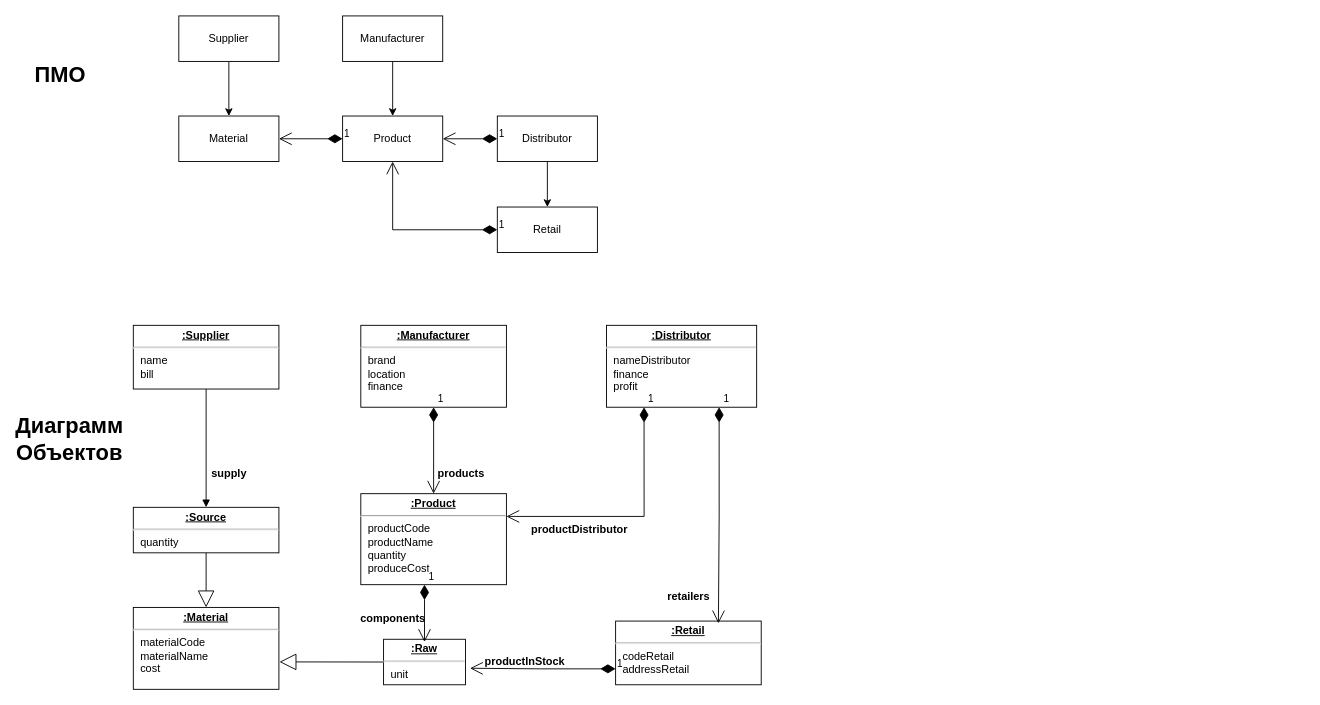
Before: UML/MPOandDO.drawio in zavaranak/932102.Dang, a draw.io diagram. Source tidied: cells renumbered, new cells numbered last; positions are measured from the earlier drawing's top-left corner, leaving out a move shared by most shapes. Both pictures are drawn from the tidied source at 91%, with x=0, y=0 at pixel (33, 15).
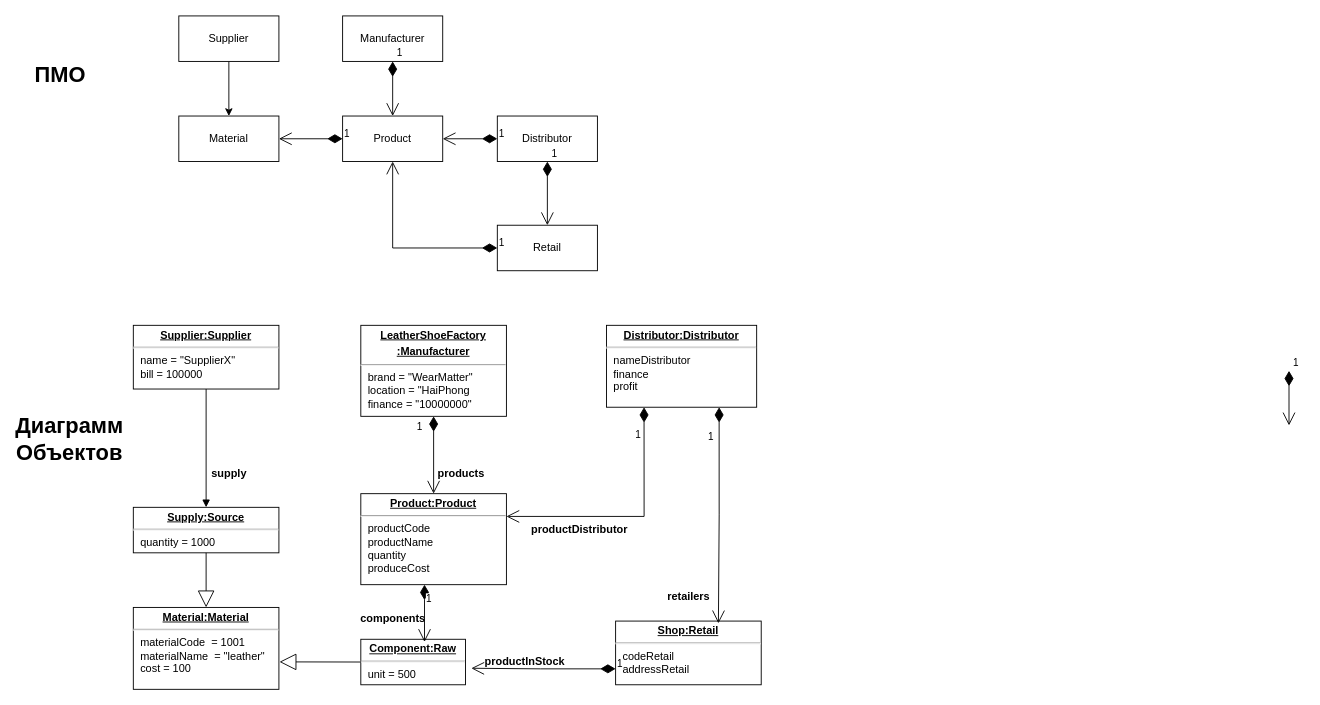
The same page after the edit.

Unchanged cells that the change refers to:
```xml
<mxCell id="2" value="Маnufacturer" style="html=1;whiteSpace=wrap;" parent="1" vertex="1">
  <mxGeometry x="340" width="110" height="50" as="geometry" />
</mxCell>
<mxCell id="5" value="Product" style="html=1;whiteSpace=wrap;" parent="1" vertex="1">
  <mxGeometry x="340" y="110" width="110" height="50" as="geometry" />
</mxCell>
<mxCell id="8" value="Distributor" style="html=1;whiteSpace=wrap;" parent="1" vertex="1">
  <mxGeometry x="510" y="110" width="110" height="50" as="geometry" />
</mxCell>
```

What changed in the source:
```diff
@@
-    <mxCell id="7" style="edgeStyle=orthogonalEdgeStyle;rounded=0;jettySize=auto;html=1;" parent="1" edge="1" source="8" target="9">
-      <mxGeometry relative="1" as="geometry" />
-    </mxCell>
@@
     <mxCell id="9" value="Retail" style="html=1;whiteSpace=wrap;" parent="1" vertex="1">
-      <mxGeometry x="510" y="210" width="110" height="50" as="geometry" />
+      <mxGeometry x="510" y="230" width="110" height="50" as="geometry" />
     </mxCell>
-    <mxCell id="10" style="edgeStyle=orthogonalEdgeStyle;rounded=0;jettySize=auto;html=1;entryX=0.5;entryY=0;entryDx=0;entryDy=0;" parent="1" edge="1" source="2" target="5">
-      <mxGeometry relative="1" as="geometry" />
-    </mxCell>
@@
-    <mxCell id="12" value="&lt;p style=&quot;margin:0px;margin-top:4px;text-align:center;text-decoration:underline;&quot;&gt;&lt;b&gt;:Manufacturer&lt;/b&gt;&lt;/p&gt;&lt;hr&gt;&lt;p style=&quot;margin:0px;margin-left:8px;&quot;&gt;brand&amp;nbsp;&amp;nbsp;&lt;br&gt;location&amp;nbsp;&lt;br&gt;finance&amp;nbsp;&lt;/p&gt;" style="verticalAlign=top;align=left;overflow=fill;fontSize=12;fontFamily=Helvetica;html=1;whiteSpace=wrap;" parent="1" vertex="1">
-      <mxGeometry x="360" y="340" width="160" height="90" as="geometry" />
+    <mxCell id="12" value="&lt;p style=&quot;margin:0px;margin-top:4px;text-align:center;text-decoration:underline;&quot;&gt;&lt;b&gt;LeatherShoeFactory&lt;/b&gt;&lt;/p&gt;&lt;p style=&quot;margin:0px;margin-top:4px;text-align:center;text-decoration:underline;&quot;&gt;&lt;b&gt;:Manufacturer&lt;/b&gt;&lt;/p&gt;&lt;hr&gt;&lt;p style=&quot;margin:0px;margin-left:8px;&quot;&gt;brand = &quot;WearMatter&quot;&amp;nbsp;&lt;br&gt;location = &quot;HaiPhong&lt;span style=&quot;white-space: pre;&quot;&gt;&#9;&lt;/span&gt;&lt;br&gt;finance = &quot;10000000&quot;&lt;/p&gt;" style="verticalAlign=top;align=left;overflow=fill;fontSize=12;fontFamily=Helvetica;html=1;whiteSpace=wrap;" parent="1" vertex="1">
+      <mxGeometry x="360" y="340" width="160" height="100" as="geometry" />
     </mxCell>
-    <mxCell id="13" value="&lt;p style=&quot;margin:0px;margin-top:4px;text-align:center;text-decoration:underline;&quot;&gt;&lt;b&gt;:Supplier&lt;/b&gt;&lt;/p&gt;&lt;hr&gt;&lt;p style=&quot;margin:0px;margin-left:8px;&quot;&gt;name&amp;nbsp;&amp;nbsp;&lt;br&gt;bill&amp;nbsp;&lt;/p&gt;" style="verticalAlign=top;align=left;overflow=fill;fontSize=12;fontFamily=Helvetica;html=1;whiteSpace=wrap;" parent="1" vertex="1">
+    <mxCell id="13" value="&lt;p style=&quot;margin:0px;margin-top:4px;text-align:center;text-decoration:underline;&quot;&gt;&lt;b&gt;Supplier:Supplier&lt;/b&gt;&lt;/p&gt;&lt;hr&gt;&lt;p style=&quot;margin:0px;margin-left:8px;&quot;&gt;name = &quot;SupplierX&quot;&lt;br&gt;bill = 100000&lt;/p&gt;" style="verticalAlign=top;align=left;overflow=fill;fontSize=12;fontFamily=Helvetica;html=1;whiteSpace=wrap;" parent="1" vertex="1">
       <mxGeometry x="110" y="340" width="160" height="70" as="geometry" />
     </mxCell>
-    <mxCell id="14" value="&lt;p style=&quot;margin:0px;margin-top:4px;text-align:center;text-decoration:underline;&quot;&gt;&lt;b&gt;:Material&lt;/b&gt;&lt;/p&gt;&lt;hr&gt;&lt;p style=&quot;margin:0px;margin-left:8px;&quot;&gt;materialCode&amp;nbsp;&amp;nbsp;&lt;br&gt;materialName&amp;nbsp;&lt;/p&gt;&lt;p style=&quot;margin:0px;margin-left:8px;&quot;&gt;cost&amp;nbsp;&lt;/p&gt;&lt;p style=&quot;margin:0px;margin-left:8px;&quot;&gt;&lt;br&gt;&lt;/p&gt;" style="verticalAlign=top;align=left;overflow=fill;fontSize=12;fontFamily=Helvetica;html=1;whiteSpace=wrap;" parent="1" vertex="1">
+    <mxCell id="14" value="&lt;p style=&quot;margin:0px;margin-top:4px;text-align:center;text-decoration:underline;&quot;&gt;&lt;b&gt;Material:Material&lt;/b&gt;&lt;/p&gt;&lt;hr&gt;&lt;p style=&quot;margin:0px;margin-left:8px;&quot;&gt;materialCode&amp;nbsp; = 1001&lt;br&gt;materialName&amp;nbsp; = &quot;leather&quot;&lt;/p&gt;&lt;p style=&quot;margin:0px;margin-left:8px;&quot;&gt;cost = 100&lt;/p&gt;&lt;p style=&quot;margin:0px;margin-left:8px;&quot;&gt;&lt;br&gt;&lt;/p&gt;" style="verticalAlign=top;align=left;overflow=fill;fontSize=12;fontFamily=Helvetica;html=1;whiteSpace=wrap;" parent="1" vertex="1">
       <mxGeometry x="110" y="650" width="160" height="90" as="geometry" />
     </mxCell>
-    <mxCell id="15" value="&lt;p style=&quot;margin:0px;margin-top:4px;text-align:center;text-decoration:underline;&quot;&gt;&lt;b&gt;:Source&lt;/b&gt;&lt;/p&gt;&lt;hr&gt;&lt;p style=&quot;margin:0px;margin-left:8px;&quot;&gt;quantity&amp;nbsp;&amp;nbsp;&lt;br&gt;&lt;/p&gt;" style="verticalAlign=top;align=left;overflow=fill;fontSize=12;fontFamily=Helvetica;html=1;whiteSpace=wrap;" parent="1" vertex="1">
+    <mxCell id="15" value="&lt;p style=&quot;margin:0px;margin-top:4px;text-align:center;text-decoration:underline;&quot;&gt;&lt;b&gt;Supply:Source&lt;/b&gt;&lt;/p&gt;&lt;hr&gt;&lt;p style=&quot;margin:0px;margin-left:8px;&quot;&gt;quantity = 1000&amp;nbsp;&amp;nbsp;&lt;br&gt;&lt;/p&gt;" style="verticalAlign=top;align=left;overflow=fill;fontSize=12;fontFamily=Helvetica;html=1;whiteSpace=wrap;" parent="1" vertex="1">
       <mxGeometry x="110" y="540" width="160" height="50" as="geometry" />
     </mxCell>
-    <mxCell id="16" value="&lt;p style=&quot;margin:0px;margin-top:4px;text-align:center;text-decoration:underline;&quot;&gt;&lt;b&gt;:Raw&lt;/b&gt;&lt;/p&gt;&lt;hr&gt;&lt;p style=&quot;margin:0px;margin-left:8px;&quot;&gt;unit&amp;nbsp;&amp;nbsp;&lt;br&gt;&lt;/p&gt;" style="verticalAlign=top;align=left;overflow=fill;fontSize=12;fontFamily=Helvetica;html=1;whiteSpace=wrap;" parent="1" vertex="1">
-      <mxGeometry x="385" y="685" width="90" height="50" as="geometry" />
+    <mxCell id="16" value="&lt;p style=&quot;margin:0px;margin-top:4px;text-align:center;text-decoration:underline;&quot;&gt;&lt;b&gt;Component:Raw&lt;/b&gt;&lt;/p&gt;&lt;hr&gt;&lt;p style=&quot;margin:0px;margin-left:8px;&quot;&gt;unit = 500&amp;nbsp;&lt;br&gt;&lt;/p&gt;" style="verticalAlign=top;align=left;overflow=fill;fontSize=12;fontFamily=Helvetica;html=1;whiteSpace=wrap;" parent="1" vertex="1">
+      <mxGeometry x="360" y="685" width="115" height="50" as="geometry" />
     </mxCell>
-    <mxCell id="17" value="&lt;p style=&quot;margin:0px;margin-top:4px;text-align:center;text-decoration:underline;&quot;&gt;&lt;b&gt;:Product&lt;/b&gt;&lt;/p&gt;&lt;hr&gt;&lt;p style=&quot;margin:0px;margin-left:8px;&quot;&gt;productCode&lt;/p&gt;&lt;p style=&quot;margin:0px;margin-left:8px;&quot;&gt;productName&lt;/p&gt;&lt;p style=&quot;margin:0px;margin-left:8px;&quot;&gt;quantity&lt;/p&gt;&lt;p style=&quot;margin:0px;margin-left:8px;&quot;&gt;produceCost&amp;nbsp;&lt;br&gt;&lt;/p&gt;" style="verticalAlign=top;align=left;overflow=fill;fontSize=12;fontFamily=Helvetica;html=1;whiteSpace=wrap;" parent="1" vertex="1">
+    <mxCell id="17" value="&lt;p style=&quot;margin:0px;margin-top:4px;text-align:center;text-decoration:underline;&quot;&gt;&lt;b&gt;Product:Product&lt;/b&gt;&lt;/p&gt;&lt;hr&gt;&lt;p style=&quot;margin:0px;margin-left:8px;&quot;&gt;productCode&lt;/p&gt;&lt;p style=&quot;margin:0px;margin-left:8px;&quot;&gt;productName&lt;/p&gt;&lt;p style=&quot;margin:0px;margin-left:8px;&quot;&gt;quantity&lt;/p&gt;&lt;p style=&quot;margin:0px;margin-left:8px;&quot;&gt;produceCost&amp;nbsp;&lt;br&gt;&lt;/p&gt;" style="verticalAlign=top;align=left;overflow=fill;fontSize=12;fontFamily=Helvetica;html=1;whiteSpace=wrap;" parent="1" vertex="1">
       <mxGeometry x="360" y="525" width="160" height="100" as="geometry" />
     </mxCell>
-    <mxCell id="18" value="&lt;p style=&quot;margin:0px;margin-top:4px;text-align:center;text-decoration:underline;&quot;&gt;&lt;b&gt;:Distributor&lt;/b&gt;&lt;/p&gt;&lt;hr&gt;&lt;p style=&quot;margin:0px;margin-left:8px;&quot;&gt;nameDistributor&lt;/p&gt;&lt;p style=&quot;margin:0px;margin-left:8px;&quot;&gt;finance&lt;br&gt;profit&amp;nbsp;&lt;/p&gt;" style="verticalAlign=top;align=left;overflow=fill;fontSize=12;fontFamily=Helvetica;html=1;whiteSpace=wrap;" parent="1" vertex="1">
+    <mxCell id="18" value="&lt;p style=&quot;margin:0px;margin-top:4px;text-align:center;text-decoration:underline;&quot;&gt;&lt;b&gt;Distributor:Distributor&lt;/b&gt;&lt;/p&gt;&lt;hr&gt;&lt;p style=&quot;margin:0px;margin-left:8px;&quot;&gt;nameDistributor&lt;/p&gt;&lt;p style=&quot;margin:0px;margin-left:8px;&quot;&gt;finance&lt;br&gt;profit&amp;nbsp;&lt;/p&gt;" style="verticalAlign=top;align=left;overflow=fill;fontSize=12;fontFamily=Helvetica;html=1;whiteSpace=wrap;" parent="1" vertex="1">
       <mxGeometry x="630" y="340" width="165" height="90" as="geometry" />
     </mxCell>
-    <mxCell id="19" value="&lt;p style=&quot;margin:0px;margin-top:4px;text-align:center;text-decoration:underline;&quot;&gt;&lt;b&gt;:Retail&lt;/b&gt;&lt;/p&gt;&lt;hr&gt;&lt;p style=&quot;margin:0px;margin-left:8px;&quot;&gt;codeRetail&lt;br&gt;addressRetail&lt;span style=&quot;white-space: pre;&quot;&gt;&#9;&lt;/span&gt;&amp;nbsp;&lt;br&gt;&lt;br&gt;&lt;/p&gt;" style="verticalAlign=top;align=left;overflow=fill;fontSize=12;fontFamily=Helvetica;html=1;whiteSpace=wrap;" parent="1" vertex="1">
+    <mxCell id="19" value="&lt;p style=&quot;margin:0px;margin-top:4px;text-align:center;text-decoration:underline;&quot;&gt;&lt;b&gt;Shop:Retail&lt;/b&gt;&lt;/p&gt;&lt;hr&gt;&lt;p style=&quot;margin:0px;margin-left:8px;&quot;&gt;codeRetail&lt;br&gt;addressRetail&lt;span style=&quot;white-space: pre;&quot;&gt;&#9;&lt;/span&gt;&amp;nbsp;&lt;br&gt;&lt;br&gt;&lt;/p&gt;" style="verticalAlign=top;align=left;overflow=fill;fontSize=12;fontFamily=Helvetica;html=1;whiteSpace=wrap;" parent="1" vertex="1">
       <mxGeometry x="640" y="665" width="160" height="70" as="geometry" />
     </mxCell>
     <mxCell id="20" value="1" style="endArrow=open;html=1;endSize=12;startArrow=diamondThin;startSize=14;startFill=1;edgeStyle=orthogonalEdgeStyle;align=left;verticalAlign=bottom;rounded=0;exitX=0.5;exitY=1;exitDx=0;exitDy=0;entryX=0.5;entryY=0;entryDx=0;entryDy=0;" parent="1" edge="1" source="12" target="17">
-      <mxGeometry x="-1" y="3" relative="1" as="geometry" />
+      <mxGeometry x="-0.53" y="-20" relative="1" as="geometry" />
     </mxCell>
@@
     <mxCell id="24" value="1" style="endArrow=open;html=1;endSize=12;startArrow=diamondThin;startSize=14;startFill=1;edgeStyle=orthogonalEdgeStyle;align=left;verticalAlign=bottom;rounded=0;exitX=0.25;exitY=1;exitDx=0;exitDy=0;" parent="1" edge="1">
-      <mxGeometry x="-1" y="3" relative="1" as="geometry">
+      <mxGeometry x="-0.21" relative="1" as="geometry">
         <mxPoint x="430" y="625" as="sourcePoint" />
         <mxPoint x="430" y="688" as="targetPoint" />
       </mxGeometry>
     </mxCell>
@@
     <mxCell id="29" value="1" style="endArrow=open;html=1;endSize=12;startArrow=diamondThin;startSize=14;startFill=1;edgeStyle=orthogonalEdgeStyle;align=left;verticalAlign=bottom;rounded=0;exitX=0.25;exitY=1;exitDx=0;exitDy=0;entryX=1;entryY=0.25;entryDx=0;entryDy=0;" parent="1" edge="1" source="18" target="17">
-      <mxGeometry x="-1" y="3" relative="1" as="geometry" />
+      <mxGeometry x="-0.71" y="-11" relative="1" as="geometry" />
     </mxCell>
@@
     <mxCell id="33" value="1" style="endArrow=open;html=1;endSize=12;startArrow=diamondThin;startSize=14;startFill=1;edgeStyle=orthogonalEdgeStyle;align=left;verticalAlign=bottom;rounded=0;exitX=0.75;exitY=1;exitDx=0;exitDy=0;entryX=0.706;entryY=0.036;entryDx=0;entryDy=0;entryPerimeter=0;" parent="1" edge="1" source="18" target="19">
-      <mxGeometry x="-1" y="3" relative="1" as="geometry" />
+      <mxGeometry x="-0.66" y="-14" relative="1" as="geometry" />
     </mxCell>
@@
+    <mxCell id="10" value="1" style="endArrow=open;html=1;endSize=12;startArrow=diamondThin;startSize=14;startFill=1;edgeStyle=orthogonalEdgeStyle;align=left;verticalAlign=bottom;rounded=0;exitX=0.5;exitY=1;exitDx=0;exitDy=0;entryX=0.5;entryY=0;entryDx=0;entryDy=0;" parent="1" edge="1" source="2" target="5">
+      <mxGeometry x="-1" y="3" relative="1" as="geometry" />
+    </mxCell>
+    <mxCell id="38" value="1" style="endArrow=open;html=1;endSize=12;startArrow=diamondThin;startSize=14;startFill=1;edgeStyle=orthogonalEdgeStyle;align=left;verticalAlign=bottom;rounded=0;exitX=0.5;exitY=1;exitDx=0;exitDy=0;entryX=0.5;entryY=0;entryDx=0;entryDy=0;" parent="1" edge="1">
+      <mxGeometry x="-1" y="3" relative="1" as="geometry">
+        <mxPoint x="1380" y="390" as="sourcePoint" />
+        <mxPoint x="1380" y="450" as="targetPoint" />
+      </mxGeometry>
+    </mxCell>
+    <mxCell id="7" value="1" style="endArrow=open;html=1;endSize=12;startArrow=diamondThin;startSize=14;startFill=1;edgeStyle=orthogonalEdgeStyle;align=left;verticalAlign=bottom;rounded=0;exitX=0.5;exitY=1;exitDx=0;exitDy=0;entryX=0.5;entryY=0;entryDx=0;entryDy=0;" parent="1" edge="1" source="8" target="9">
+      <mxGeometry x="-1" y="3" relative="1" as="geometry" />
+    </mxCell>
```
